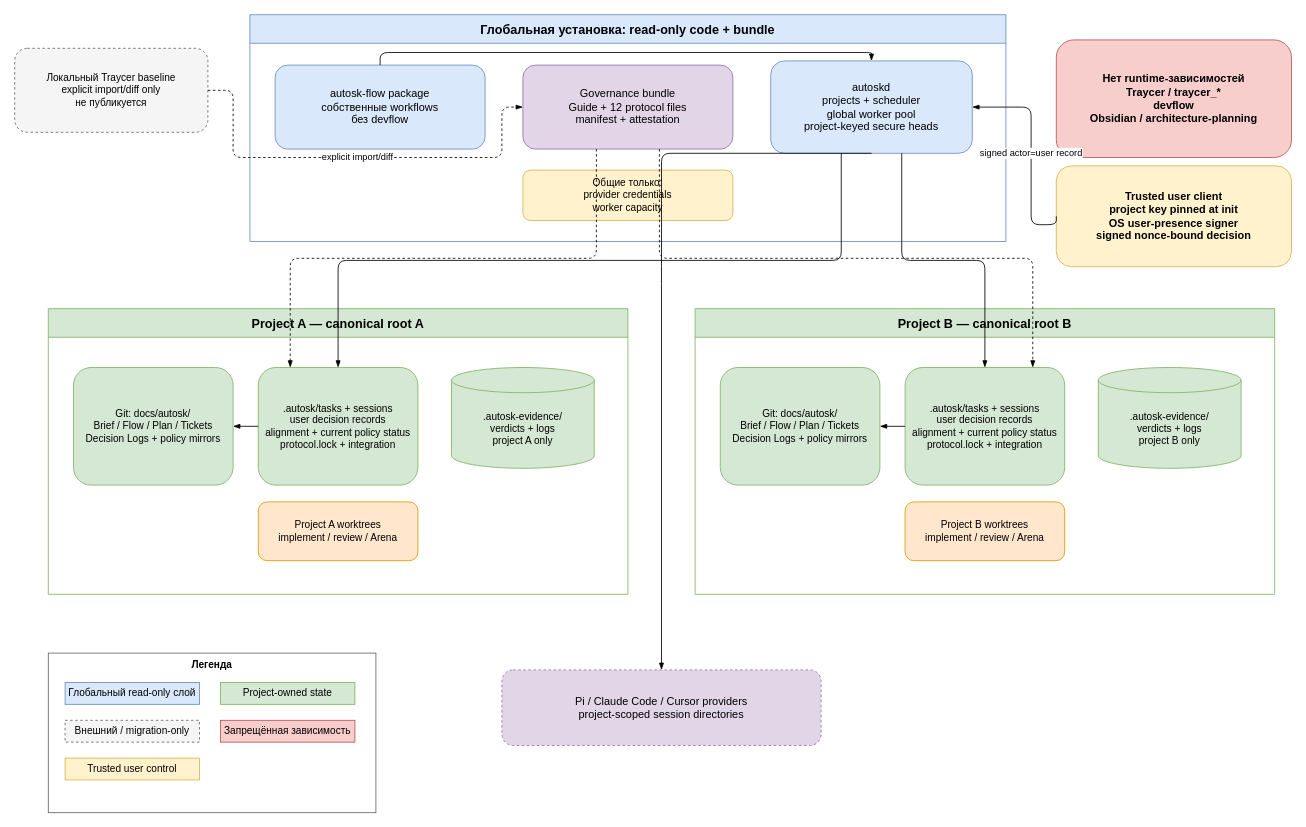
Before: page "Multi-project architecture" (2 of 2) of diagrams/autosk-flow.drawio in Valeron2206/autosk-traycer-flow, a draw.io diagram. Source tidied: cells renumbered, new cells numbered last; positions are measured from the earlier drawing's top-left corner, leaving out a move shared by most shapes. Both pictures are drawn from the tidied source at 84%, with x=0, y=0 at pixel (14, 14).
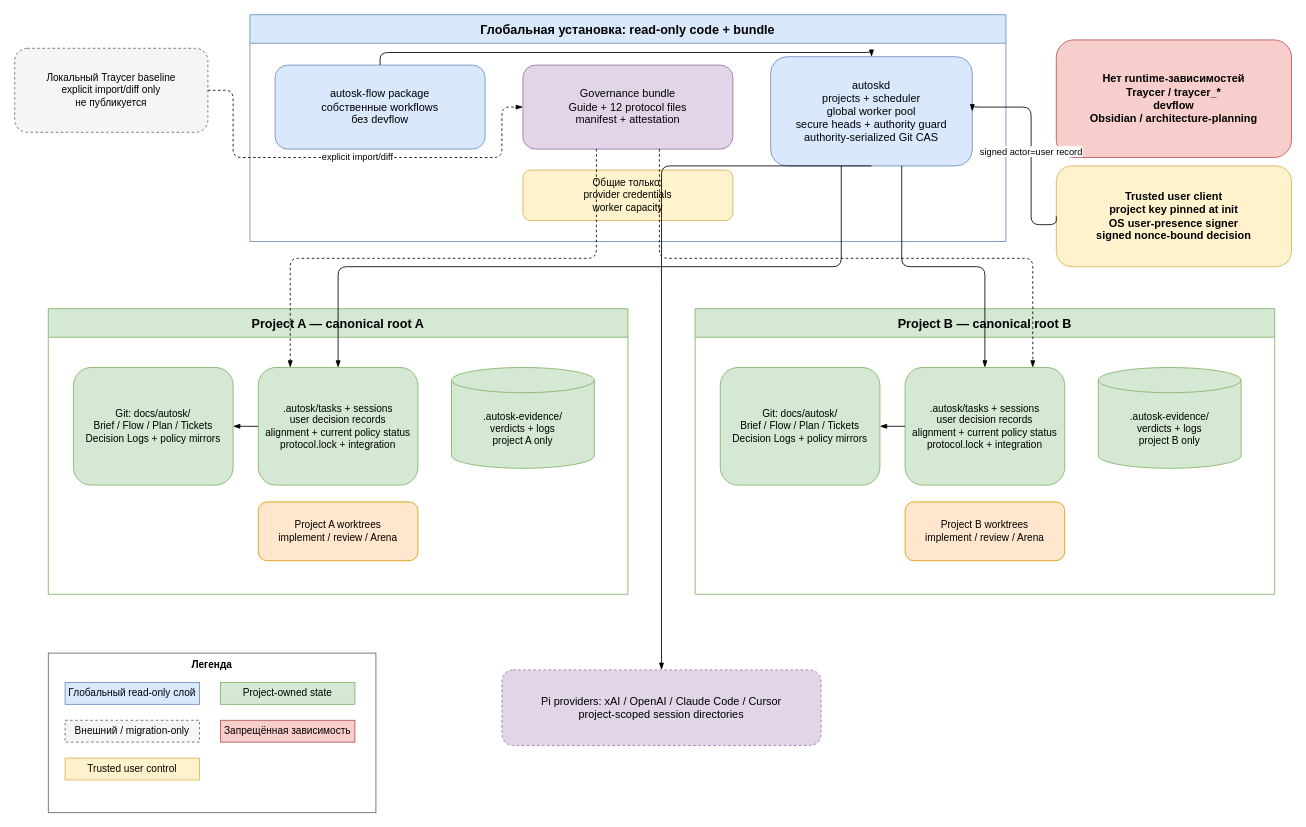
After the change.

The change refers to these unchanged cells:
```xml
<mxCell id="2" value="Глобальная установка: read-only code + bundle" style="swimlane;startSize=34;html=1;whiteSpace=wrap;fillColor=#dae8fc;strokeColor=#6c8ebf;fontStyle=1;fontSize=15;" parent="1" vertex="1">
  <mxGeometry x="280" width="900" height="270" as="geometry" />
</mxCell>
```

The edit, as a diff of the source:
```diff
@@
-    <mxCell id="5" value="autoskd&#10;projects + scheduler&#10;global worker pool&#10;project-keyed secure heads" style="rounded=1;whiteSpace=wrap;html=1;fillColor=#dae8fc;strokeColor=#6c8ebf;fontSize=13;" parent="2" vertex="1">
-      <mxGeometry x="620" y="55" width="240" height="110" as="geometry" />
+    <mxCell id="5" value="autoskd&#10;projects + scheduler&#10;global worker pool&#10;secure heads + authority guard&#10;authority-serialized Git CAS" style="rounded=1;whiteSpace=wrap;html=1;fillColor=#dae8fc;strokeColor=#6c8ebf;fontSize=13;" parent="2" vertex="1">
+      <mxGeometry x="620" y="50" width="240" height="130" as="geometry" />
     </mxCell>
@@
-    <mxCell id="20" value="Pi / Claude Code / Cursor providers&#10;project-scoped session directories" style="rounded=1;whiteSpace=wrap;html=1;dashed=1;fillColor=#e1d5e7;strokeColor=#9673a6;fontSize=13;" parent="1" vertex="1">
+    <mxCell id="20" value="Pi providers: xAI / OpenAI / Claude Code / Cursor&#10;project-scoped session directories" style="rounded=1;whiteSpace=wrap;html=1;dashed=1;fillColor=#e1d5e7;strokeColor=#9673a6;fontSize=13;" parent="1" vertex="1">
       <mxGeometry x="580" y="780" width="380" height="90" as="geometry" />
     </mxCell>
```
